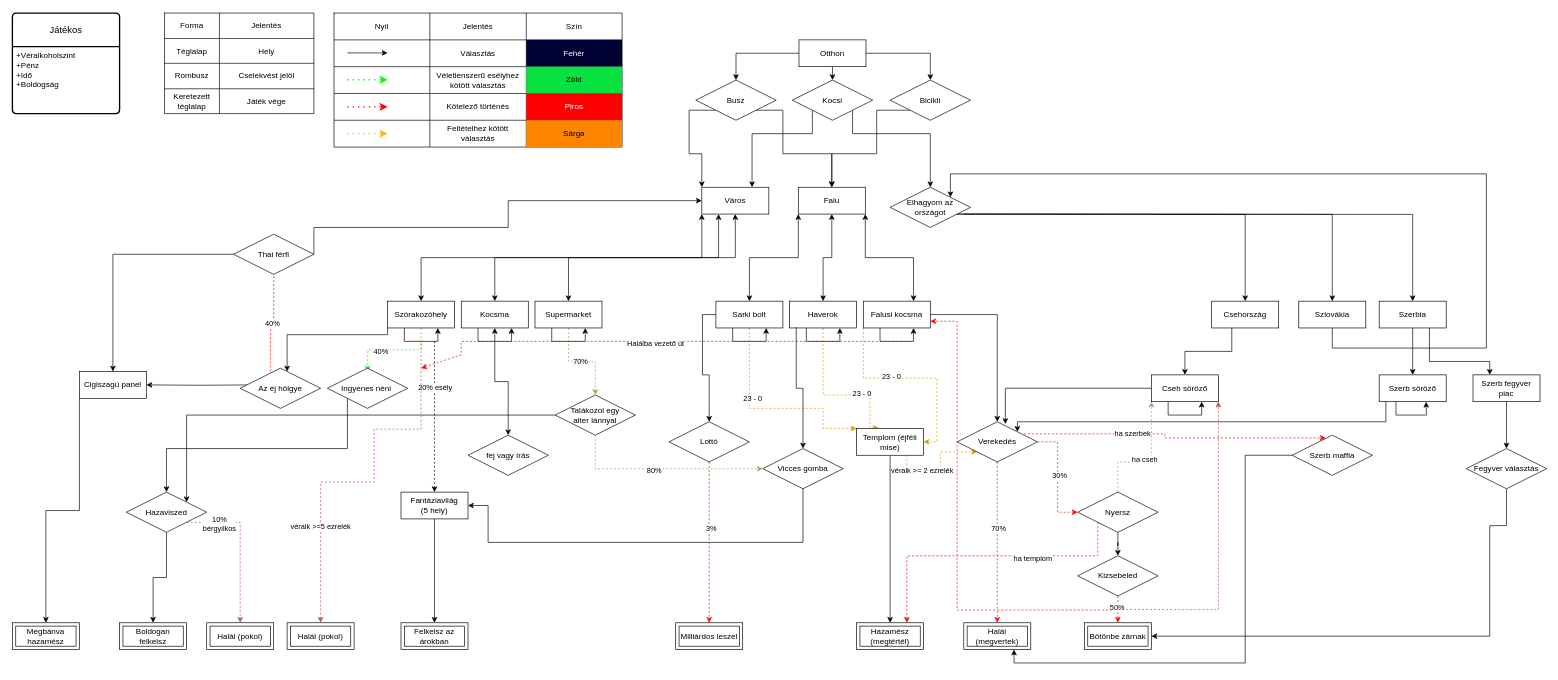
Oliverpartequattro/pentekesteszimulator keeps this draw.io diagram as Cégestitok.drawio. Above is the earlier version. Source tidied: cells renumbered, new cells numbered last; positions are measured from the earlier drawing's top-left corner, leaving out a move shared by most shapes. Both pictures are drawn from the tidied source at 67%, with x=0, y=0 at pixel (12, 13).
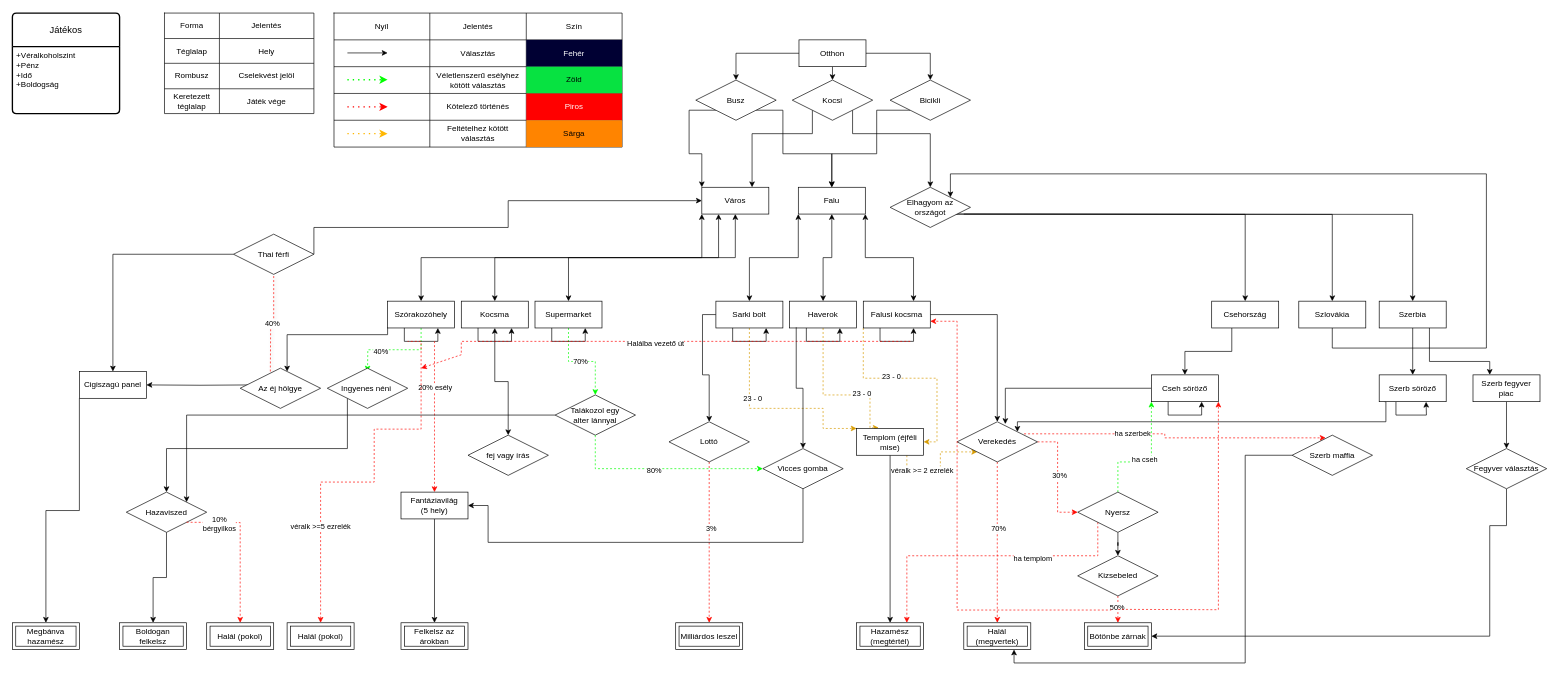
Above is the later version.

The change refers to these unchanged cells:
```xml
<mxCell id="33" value="Supermarket" style="whiteSpace=wrap;html=1;align=center;" parent="1" vertex="1">
  <mxGeometry x="780" y="430" width="100" height="40" as="geometry" />
</mxCell>
<mxCell id="65" value="Fantáziavilág &lt;br&gt;(5 hely)" style="whiteSpace=wrap;html=1;align=center;" parent="1" vertex="1">
  <mxGeometry x="580" y="715" width="100" height="40" as="geometry" />
</mxCell>
<mxCell id="75" value="Halál (pokol)" style="shape=ext;margin=3;double=1;whiteSpace=wrap;html=1;align=center;" parent="1" vertex="1">
  <mxGeometry x="410" y="910" width="100" height="40" as="geometry" />
</mxCell>
<mxCell id="86" value="Halál (pokol)" style="shape=ext;margin=3;double=1;whiteSpace=wrap;html=1;align=center;" parent="1" vertex="1">
  <mxGeometry x="290" y="910" width="100" height="40" as="geometry" />
</mxCell>
<mxCell id="90" value="Talákozol egy&lt;br&gt;alter lánnyal" style="shape=rhombus;perimeter=rhombusPerimeter;whiteSpace=wrap;html=1;align=center;" parent="1" vertex="1">
  <mxGeometry x="810" y="570" width="120" height="60" as="geometry" />
</mxCell>
<mxCell id="105" value="Vicces gomba" style="shape=rhombus;perimeter=rhombusPerimeter;whiteSpace=wrap;html=1;align=center;" parent="1" vertex="1">
  <mxGeometry x="1120" y="650" width="120" height="60" as="geometry" />
</mxCell>
<mxCell id="113" value="Cseh söröző" style="whiteSpace=wrap;html=1;align=center;" parent="1" vertex="1">
  <mxGeometry x="1700" y="540" width="100" height="40" as="geometry" />
</mxCell>
<mxCell id="122" value="Nyersz" style="shape=rhombus;perimeter=rhombusPerimeter;whiteSpace=wrap;html=1;align=center;" parent="1" vertex="1">
  <mxGeometry x="1590" y="715" width="120" height="60" as="geometry" />
</mxCell>
```

Change to the diagram source:
```diff
@@
-    <mxCell id="31" style="edgeStyle=orthogonalEdgeStyle;rounded=0;jettySize=auto;html=1;exitX=0.5;exitY=1;exitDx=0;exitDy=0;entryX=0.5;entryY=0;entryDx=0;entryDy=0;dashed=1;fillColor=#d5e8d4;strokeColor=#82b366;" parent="1" edge="1" source="33" target="90">
+    <mxCell id="31" style="edgeStyle=orthogonalEdgeStyle;rounded=0;jettySize=auto;html=1;exitX=0.5;exitY=1;exitDx=0;exitDy=0;entryX=0.5;entryY=0;entryDx=0;entryDy=0;dashed=1;fillColor=#d5e8d4;strokeColor=#00ff00;" parent="1" edge="1" source="33" target="90">
       <mxGeometry relative="1" as="geometry" />
     </mxCell>
@@
-    <mxCell id="63" style="edgeStyle=orthogonalEdgeStyle;rounded=0;jettySize=auto;html=1;startArrow=classic;startFill=1;endArrow=none;endFill=0;dashed=1;" parent="1" edge="1" source="65">
+    <mxCell id="63" style="edgeStyle=orthogonalEdgeStyle;rounded=0;jettySize=auto;html=1;startArrow=classic;startFill=1;endArrow=none;endFill=0;dashed=1;fillColor=#f8cecc;strokeColor=#ff0800;" parent="1" edge="1" source="65">
       <mxGeometry relative="1" as="geometry">
         <mxPoint x="630" y="490" as="targetPoint" />
       </mxGeometry>
     </mxCell>
@@
-    <mxCell id="66" style="edgeStyle=orthogonalEdgeStyle;rounded=0;jettySize=auto;html=1;endArrow=none;endFill=0;startArrow=classic;startFill=1;dashed=1;exitX=0.5;exitY=0;exitDx=0;exitDy=0;fillColor=#f8cecc;strokeColor=#b85450;" parent="1" edge="1" source="75">
+    <mxCell id="66" style="edgeStyle=orthogonalEdgeStyle;rounded=0;jettySize=auto;html=1;endArrow=none;endFill=0;startArrow=classic;startFill=1;dashed=1;exitX=0.5;exitY=0;exitDx=0;exitDy=0;fillColor=#f8cecc;strokeColor=#ff0800;" parent="1" edge="1" source="75">
       <mxGeometry relative="1" as="geometry">
         <mxPoint x="590" y="490" as="targetPoint" />
         <Array as="points">
           <mxPoint x="460" y="700" />
           <mxPoint x="540" y="700" />
           <mxPoint x="540" y="621" />
           <mxPoint x="610" y="621" />
           <mxPoint x="610" y="490" />
         </Array>
       </mxGeometry>
     </mxCell>
@@
-    <mxCell id="87" style="edgeStyle=orthogonalEdgeStyle;rounded=0;jettySize=auto;html=1;exitX=1;exitY=1;exitDx=0;exitDy=0;entryX=0.5;entryY=0;entryDx=0;entryDy=0;dashed=1;fillColor=#f8cecc;strokeColor=#b85450;" parent="1" edge="1" target="86">
+    <mxCell id="87" style="edgeStyle=orthogonalEdgeStyle;rounded=0;jettySize=auto;html=1;exitX=1;exitY=1;exitDx=0;exitDy=0;entryX=0.5;entryY=0;entryDx=0;entryDy=0;dashed=1;fillColor=#f8cecc;strokeColor=#ff0800;" parent="1" edge="1" target="86">
       <mxGeometry relative="1" as="geometry">
         <mxPoint x="260" y="760" as="sourcePoint" />
       </mxGeometry>
     </mxCell>
@@
-    <mxCell id="107" style="edgeStyle=orthogonalEdgeStyle;rounded=0;jettySize=auto;html=1;entryX=0;entryY=0.5;entryDx=0;entryDy=0;startArrow=none;startFill=0;dashed=1;fillColor=#d5e8d4;strokeColor=#82b366;" parent="1" edge="1" source="90" target="105">
+    <mxCell id="107" style="edgeStyle=orthogonalEdgeStyle;rounded=0;jettySize=auto;html=1;entryX=0;entryY=0.5;entryDx=0;entryDy=0;startArrow=none;startFill=0;dashed=1;fillColor=#d5e8d4;strokeColor=#00ff00;" parent="1" edge="1" source="90" target="105">
       <mxGeometry relative="1" as="geometry">
         <Array as="points">
           <mxPoint x="870" y="680" />
         </Array>
       </mxGeometry>
     </mxCell>
@@
-    <mxCell id="118" style="edgeStyle=orthogonalEdgeStyle;rounded=0;jettySize=auto;html=1;entryX=0;entryY=1;entryDx=0;entryDy=0;dashed=1;fillColor=#d5e8d4;strokeColor=#82b366;" parent="1" edge="1" source="122" target="113">
+    <mxCell id="118" style="edgeStyle=orthogonalEdgeStyle;rounded=0;jettySize=auto;html=1;entryX=0;entryY=1;entryDx=0;entryDy=0;dashed=1;fillColor=#d5e8d4;strokeColor=#00ff00;" parent="1" edge="1" source="122" target="113">
       <mxGeometry relative="1" as="geometry">
         <Array as="points">
           <mxPoint x="1650" y="670" />
           <mxPoint x="1700" y="670" />
         </Array>
       </mxGeometry>
     </mxCell>
@@
-    <mxCell id="125" style="edgeStyle=orthogonalEdgeStyle;rounded=0;jettySize=auto;html=1;entryX=1;entryY=1;entryDx=0;entryDy=0;fillColor=#f8cecc;strokeColor=#b85450;dashed=1;" parent="1" edge="1" target="113">
+    <mxCell id="125" style="edgeStyle=orthogonalEdgeStyle;rounded=0;jettySize=auto;html=1;entryX=1;entryY=1;entryDx=0;entryDy=0;fillColor=#f8cecc;strokeColor=#ff0800;dashed=1;" parent="1" edge="1" target="113">
       <mxGeometry relative="1" as="geometry">
         <mxPoint x="1650" y="890" as="sourcePoint" />
       </mxGeometry>
     </mxCell>
```
